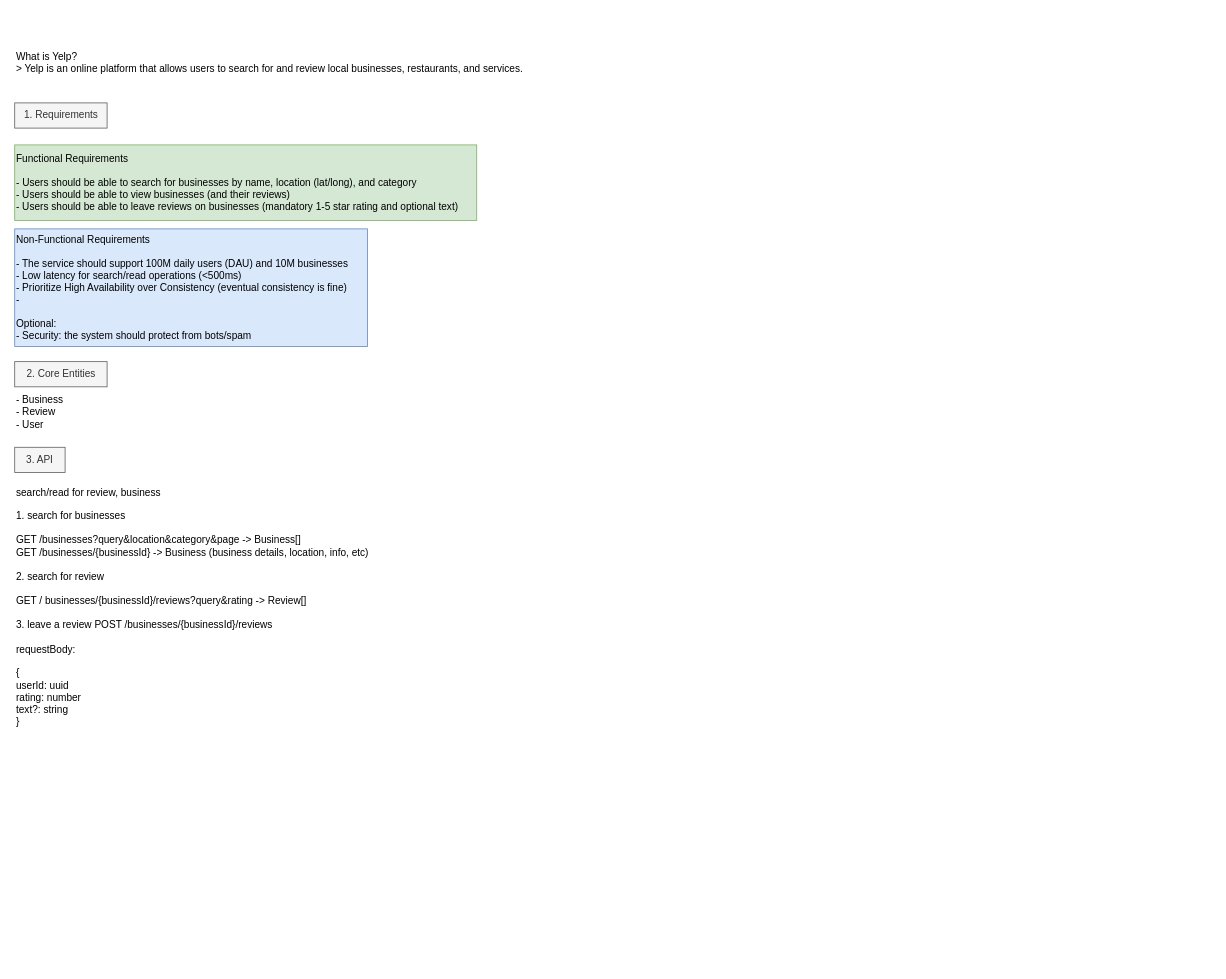
This is yelp.drawio from lacrimae/system_design_practice, a draw.io file, before an edit. Source tidied: cells renumbered, new cells numbered last; positions are measured from the earlier drawing's top-left corner, leaving out a move shared by most shapes. Both pictures are drawn from the tidied source at 84%, with x=0, y=0 at pixel (14, 44).
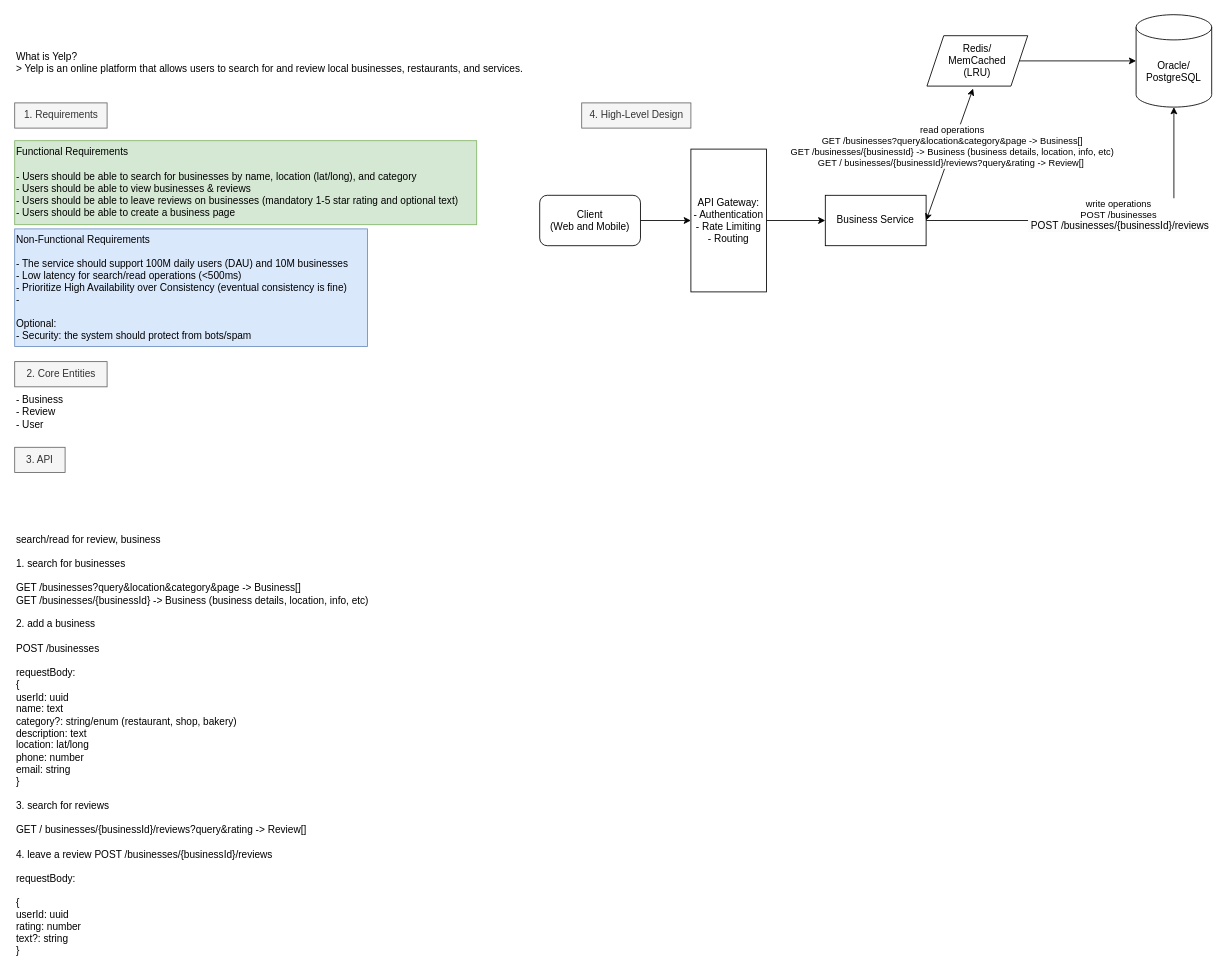
The same diagram, later.

Change to the diagram source:
```diff
@@
-    <mxCell id="2" value="Functional Requirements&lt;div&gt;&lt;br&gt;&lt;/div&gt;&lt;div&gt;-&amp;nbsp;&lt;span style=&quot;background-color: transparent; color: light-dark(rgb(0, 0, 0), rgb(255, 255, 255));&quot;&gt;Users should be able to search for businesses by name, location (lat/long), and category&lt;/span&gt;&lt;/div&gt;&lt;div&gt;- Users should be able to view businesses (and their reviews)&lt;/div&gt;&lt;div&gt;- Users should be able to leave reviews on businesses (mandatory 1-5 star rating and optional text)&lt;/div&gt;" style="text;html=1;align=left;verticalAlign=middle;strokeColor=#82b366;fillColor=#d5e8d4;" parent="1" vertex="1">
-      <mxGeometry y="120" width="550" height="90" as="geometry" />
+    <mxCell id="2" value="Functional Requirements&lt;div&gt;&lt;br&gt;&lt;/div&gt;&lt;div&gt;-&amp;nbsp;&lt;span style=&quot;background-color: transparent; color: light-dark(rgb(0, 0, 0), rgb(255, 255, 255));&quot;&gt;Users should be able to search for businesses by name, location (lat/long), and category&lt;/span&gt;&lt;/div&gt;&lt;div&gt;- Users should be able to view businesses &amp;amp; reviews&lt;/div&gt;&lt;div&gt;- Users should be able to leave reviews on businesses (mandatory 1-5 star rating and optional text)&lt;/div&gt;&lt;div&gt;- Users should be able to create a business page&lt;/div&gt;" style="text;html=1;align=left;verticalAlign=middle;strokeColor=#82b366;fillColor=#d5e8d4;" parent="1" vertex="1">
+      <mxGeometry y="115" width="550" height="100" as="geometry" />
     </mxCell>
@@
-    <mxCell id="9" value="search/read for review, business&lt;div&gt;&lt;br&gt;&lt;/div&gt;&lt;div&gt;1. search for businesses&lt;/div&gt;&lt;div&gt;&lt;br&gt;&lt;/div&gt;&lt;div&gt;GET /businesses?query&amp;amp;location&amp;amp;category&amp;amp;page -&amp;gt; Business[]&lt;/div&gt;&lt;div&gt;GET /businesses/{businessId} -&amp;gt; Business (business details, location, info, etc)&lt;/div&gt;&lt;div&gt;&lt;br&gt;&lt;/div&gt;&lt;div&gt;2. search for review&lt;/div&gt;&lt;div&gt;&lt;br&gt;&lt;/div&gt;&lt;div&gt;GET / businesses/{businessId}/reviews?query&amp;amp;rating -&amp;gt; Review[]&lt;/div&gt;&lt;div&gt;&lt;br&gt;&lt;div&gt;3. leave a review POST /businesses/{businessId}/reviews&lt;/div&gt;&lt;div&gt;&lt;br&gt;&lt;/div&gt;&lt;div&gt;requestBody:&lt;/div&gt;&lt;div&gt;&lt;br&gt;&lt;/div&gt;&lt;div&gt;{&lt;/div&gt;&lt;div&gt;userId: uuid&lt;/div&gt;&lt;div&gt;rating: number&lt;/div&gt;&lt;div&gt;text?: string&lt;/div&gt;&lt;div&gt;}&lt;/div&gt;&lt;/div&gt;" style="text;html=1;align=left;verticalAlign=middle;strokeColor=none;fillColor=none;" parent="1" vertex="1">
-      <mxGeometry y="520" width="440" height="300" as="geometry" />
+    <mxCell id="9" value="search/read for review, business&lt;div&gt;&lt;div&gt;&lt;br&gt;&lt;/div&gt;&lt;div&gt;1. search for businesses&lt;/div&gt;&lt;div&gt;&lt;br&gt;&lt;/div&gt;&lt;div&gt;GET /businesses?query&amp;amp;location&amp;amp;category&amp;amp;page -&amp;gt; Business[]&lt;/div&gt;&lt;div&gt;GET /businesses/{businessId} -&amp;gt; Business (business details, location, info, etc)&lt;/div&gt;&lt;div&gt;&lt;br&gt;&lt;/div&gt;&lt;div&gt;2. add a business&lt;/div&gt;&lt;div&gt;&lt;br&gt;&lt;/div&gt;&lt;div&gt;POST /businesses&lt;/div&gt;&lt;div&gt;&lt;br&gt;&lt;/div&gt;&lt;div&gt;requestBody:&lt;/div&gt;&lt;div&gt;{&lt;/div&gt;&lt;div&gt;userId: uuid&lt;/div&gt;&lt;div&gt;name: text&lt;/div&gt;&lt;div&gt;category?: string/enum (restaurant, shop, bakery)&lt;/div&gt;&lt;div&gt;description: text&lt;/div&gt;&lt;div&gt;location: lat/long&lt;/div&gt;&lt;div&gt;phone: number&lt;/div&gt;&lt;div&gt;email: string&lt;/div&gt;&lt;div&gt;}&lt;/div&gt;&lt;div&gt;&lt;br&gt;&lt;/div&gt;&lt;div&gt;3. search for reviews&lt;/div&gt;&lt;div&gt;&lt;br&gt;&lt;/div&gt;&lt;div&gt;GET / businesses/{businessId}/reviews?query&amp;amp;rating -&amp;gt; Review[]&lt;/div&gt;&lt;div&gt;&lt;br&gt;&lt;div&gt;4. leave a review POST /businesses/{businessId}/reviews&lt;/div&gt;&lt;div&gt;&lt;br&gt;&lt;/div&gt;&lt;div&gt;requestBody:&lt;/div&gt;&lt;div&gt;&lt;br&gt;&lt;/div&gt;&lt;div&gt;{&lt;/div&gt;&lt;div&gt;userId: uuid&lt;/div&gt;&lt;div&gt;rating: number&lt;/div&gt;&lt;div&gt;text?: string&lt;/div&gt;&lt;div&gt;}&lt;/div&gt;&lt;/div&gt;&lt;/div&gt;" style="text;html=1;align=left;verticalAlign=middle;strokeColor=none;fillColor=none;" parent="1" vertex="1">
+      <mxGeometry y="575" width="440" height="520" as="geometry" />
     </mxCell>
+    <mxCell id="10" value="4. High-Level Design" style="text;html=1;align=center;verticalAlign=middle;strokeColor=#666666;fillColor=#f5f5f5;fontColor=#333333;" parent="1" vertex="1">
+      <mxGeometry x="675" y="70" width="130" height="30" as="geometry" />
+    </mxCell>
+    <mxCell id="11" style="edgeStyle=orthogonalEdgeStyle;rounded=0;jettySize=auto;html=1;exitX=1;exitY=0.5;exitDx=0;exitDy=0;entryX=0;entryY=0.5;entryDx=0;entryDy=0;" parent="1" edge="1" source="12" target="23">
+      <mxGeometry relative="1" as="geometry" />
+    </mxCell>
+    <mxCell id="12" value="Client&lt;div&gt;(Web and Mobile)&lt;/div&gt;" style="rounded=1;whiteSpace=wrap;html=1;" parent="1" vertex="1">
+      <mxGeometry x="625" y="180" width="120" height="60" as="geometry" />
+    </mxCell>
+    <mxCell id="13" style="edgeStyle=orthogonalEdgeStyle;rounded=0;jettySize=auto;html=1;exitX=1;exitY=0.5;exitDx=0;exitDy=0;entryX=0.5;entryY=1;entryDx=0;entryDy=0;entryPerimeter=0;" parent="1" edge="1" source="16" target="17">
+      <mxGeometry relative="1" as="geometry" />
+    </mxCell>
+    <mxCell id="14" value="&lt;div&gt;&lt;div&gt;&lt;br&gt;&lt;/div&gt;&lt;/div&gt;" style="edgeLabel;html=1;align=center;verticalAlign=middle;" parent="13" vertex="1">
+      <mxGeometry x="-0.32" relative="1" as="geometry">
+        <mxPoint x="54" y="10" as="offset" />
+      </mxGeometry>
+    </mxCell>
+    <mxCell id="15" value="write operations&lt;div&gt;POST /businesses&lt;br&gt;&lt;div style=&quot;font-size: 12px; text-align: left; background-color: rgb(251, 251, 251);&quot;&gt;&amp;nbsp;POST /businesses/{businessId}/reviews&lt;/div&gt;&lt;div&gt;&lt;br&gt;&lt;/div&gt;&lt;/div&gt;" style="edgeLabel;html=1;align=center;verticalAlign=middle;" parent="13" vertex="1">
+      <mxGeometry x="0.06" y="1" relative="1" as="geometry" />
+    </mxCell>
+    <mxCell id="16" value="Business Service" style="rounded=0;whiteSpace=wrap;html=1;" parent="1" vertex="1">
+      <mxGeometry x="965" y="180" width="120" height="60" as="geometry" />
+    </mxCell>
+    <mxCell id="17" value="Oracle/&lt;br&gt;PostgreSQL" style="shape=cylinder3;whiteSpace=wrap;html=1;boundedLbl=1;backgroundOutline=1;size=15;" parent="1" vertex="1">
+      <mxGeometry x="1335" y="-35" width="90" height="110" as="geometry" />
+    </mxCell>
+    <mxCell id="18" style="rounded=0;jettySize=auto;html=1;exitX=1;exitY=0.5;exitDx=0;exitDy=0;entryX=0.458;entryY=1.049;entryDx=0;entryDy=0;entryPerimeter=0;startArrow=classic;startFill=1;" parent="1" edge="1" source="16" target="20">
+      <mxGeometry relative="1" as="geometry" />
+    </mxCell>
+    <mxCell id="19" value="read operations&lt;br&gt;&lt;div&gt;GET /businesses?query&amp;amp;location&amp;amp;category&amp;amp;page -&amp;gt; Business[]&lt;/div&gt;&lt;div&gt;GET /businesses/{businessId} -&amp;gt; Business (business details, location, info, etc)&lt;/div&gt;&lt;span style=&quot;background-color: light-dark(#ffffff, var(--ge-dark-color, #121212));&quot;&gt;GET / businesses/{businessId}/reviews?query&amp;amp;rating -&amp;gt; Review[]&lt;/span&gt;&amp;nbsp;" style="edgeLabel;html=1;align=center;verticalAlign=middle;" parent="18" vertex="1">
+      <mxGeometry x="0.13" y="1" relative="1" as="geometry" />
+    </mxCell>
+    <mxCell id="20" value="Redis/&lt;div&gt;MemCached&lt;br&gt;(LRU)&lt;/div&gt;" style="shape=parallelogram;perimeter=parallelogramPerimeter;whiteSpace=wrap;html=1;fixedSize=1;" parent="1" vertex="1">
+      <mxGeometry x="1086" y="-10" width="120" height="60" as="geometry" />
+    </mxCell>
+    <mxCell id="21" style="edgeStyle=orthogonalEdgeStyle;rounded=0;jettySize=auto;html=1;exitX=1;exitY=0.5;exitDx=0;exitDy=0;entryX=0;entryY=0.5;entryDx=0;entryDy=0;entryPerimeter=0;" parent="1" edge="1" source="20" target="17">
+      <mxGeometry relative="1" as="geometry" />
+    </mxCell>
+    <mxCell id="22" style="edgeStyle=orthogonalEdgeStyle;rounded=0;jettySize=auto;html=1;exitX=1;exitY=0.5;exitDx=0;exitDy=0;entryX=0;entryY=0.5;entryDx=0;entryDy=0;" parent="1" edge="1" source="23" target="16">
+      <mxGeometry relative="1" as="geometry" />
+    </mxCell>
+    <mxCell id="23" value="API Gateway:&lt;div&gt;- Authentication&lt;br&gt;- Rate Limiting&lt;br&gt;- Routing&lt;/div&gt;" style="rounded=0;whiteSpace=wrap;html=1;" parent="1" vertex="1">
+      <mxGeometry x="805" y="125" width="90" height="170" as="geometry" />
+    </mxCell>
```
